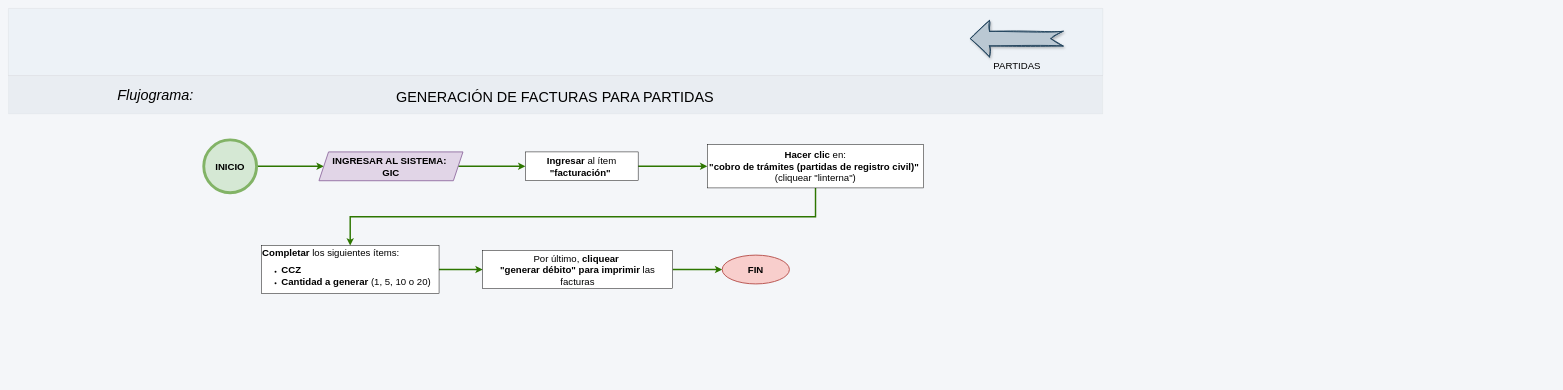
adlc20/Manual_de_procedimientos_ccz9 keeps this draw.io diagram as page "Facturas de partidas" (2 of 2) of Partidas/partidas.drawio. Above is the earlier version. Source tidied: cells renumbered, new cells numbered last; positions are measured from the earlier drawing's top-left corner, leaving out a move shared by most shapes. Both pictures are drawn from the tidied source at 48%, with x=0, y=0 at pixel (8, 8).
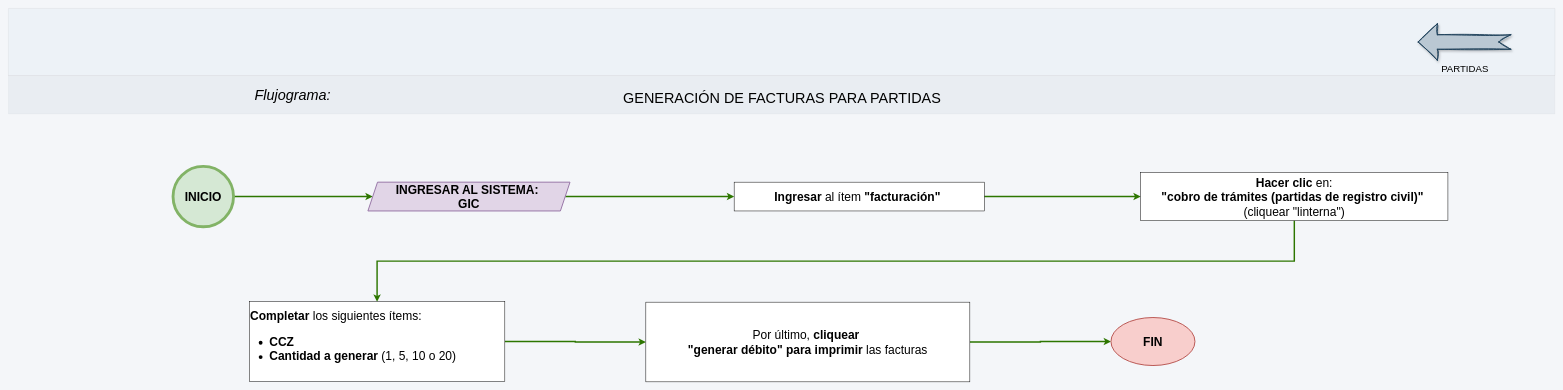
The same page after the edit.

The edit, as a diff of the source:
```diff
@@
 <mxGraphModel background="light-dark(#F4F6F9,#121212)">
   <root>
     <mxCell id="0" />
     <mxCell id="1" parent="0" />
     <mxCell id="2" style="verticalLabelPosition=bottom;verticalAlign=middle;html=1;shape=mxgraph.basic.patternFillRect;step=5;fillStrokeWidth=0.2;fillStrokeColor=#dddddd;fillColor=#EDF2F7;strokeWidth=0;dashed=1;dashPattern=1 4;rounded=1;align=center;fontFamily=Helvetica;fontSize=12;fontColor=#2D3748;" parent="1" vertex="1">
-      <mxGeometry width="2280" height="140" as="geometry" />
+      <mxGeometry width="3222" height="140" as="geometry" />
     </mxCell>
     <mxCell id="3" style="verticalLabelPosition=bottom;verticalAlign=top;html=1;shape=mxgraph.basic.patternFillRect;fillStyle=auto;step=5;fillStrokeWidth=0.2;fillStrokeColor=#dddddd;fillColor=#E0E5EB;strokeWidth=0;opacity=50;fontColor=#ffffff;shadow=0;comic=0;align=center;fontFamily=Helvetica;fontSize=12;gradientColor=none;" parent="1" vertex="1">
-      <mxGeometry y="140" width="2280" height="80" as="geometry" />
+      <mxGeometry y="140" width="3222" height="80" as="geometry" />
     </mxCell>
     <mxCell id="4" value="&lt;font style=&quot;font-size: 30px;&quot;&gt;&lt;i&gt;Flujograma:&amp;nbsp;&lt;/i&gt;&lt;/font&gt;" style="text;html=1;whiteSpace=wrap;strokeColor=none;fillColor=none;align=center;verticalAlign=middle;rounded=0;" parent="1" vertex="1">
-      <mxGeometry x="158" y="158" width="305" height="44" as="geometry" />
+      <mxGeometry x="444" y="158" width="305" height="44" as="geometry" />
     </mxCell>
-    <mxCell id="5" style="edgeStyle=orthogonalEdgeStyle;rounded=0;jettySize=auto;html=1;exitX=1;exitY=0.5;exitDx=0;exitDy=0;entryX=0;entryY=0.5;entryDx=0;entryDy=0;fillColor=#60a917;strokeColor=#2D7600;strokeWidth=3;" parent="1" edge="1" source="17" target="16">
+    <mxCell id="5" style="edgeStyle=orthogonalEdgeStyle;rounded=0;jettySize=auto;html=1;exitX=1;exitY=0.5;exitDx=0;exitDy=0;entryX=0;entryY=0.5;entryDx=0;entryDy=0;fillColor=#60a917;strokeColor=#2D7600;strokeWidth=3;fontSize=25;" parent="1" edge="1" source="17" target="16">
       <mxGeometry relative="1" as="geometry" />
     </mxCell>
-    <mxCell id="6" style="edgeStyle=orthogonalEdgeStyle;rounded=0;jettySize=auto;html=1;exitX=1;exitY=0.5;exitDx=0;exitDy=0;fillColor=#60a917;strokeColor=#2D7600;strokeWidth=3;" parent="1" edge="1" source="7" target="9">
+    <mxCell id="6" style="edgeStyle=orthogonalEdgeStyle;rounded=0;jettySize=auto;html=1;exitX=1;exitY=0.5;exitDx=0;exitDy=0;fillColor=#60a917;strokeColor=#2D7600;strokeWidth=3;fontSize=25;" parent="1" edge="1" source="7" target="9">
       <mxGeometry relative="1" as="geometry" />
     </mxCell>
-    <mxCell id="7" value="&lt;font style=&quot;font-size: 20px;&quot;&gt;&lt;b&gt;Ingresar&lt;/b&gt; al ítem &lt;b&gt;&quot;facturación&quot;&amp;nbsp;&lt;/b&gt;&lt;/font&gt;" style="rounded=0;whiteSpace=wrap;html=1;" parent="1" vertex="1">
-      <mxGeometry x="1077" y="299" width="235" height="60" as="geometry" />
+    <mxCell id="7" value="&lt;font&gt;&lt;b&gt;Ingresar&lt;/b&gt; al ítem &lt;b&gt;&quot;facturación&quot;&amp;nbsp;&lt;/b&gt;&lt;/font&gt;" style="rounded=0;whiteSpace=wrap;html=1;fontSize=25;" parent="1" vertex="1">
+      <mxGeometry x="1512" y="362" width="521" height="60" as="geometry" />
     </mxCell>
-    <mxCell id="8" style="edgeStyle=orthogonalEdgeStyle;rounded=0;jettySize=auto;html=1;strokeWidth=3;fillColor=#60a917;strokeColor=#2D7600;exitX=0.5;exitY=1;exitDx=0;exitDy=0;" parent="1" edge="1" source="9" target="11">
+    <mxCell id="8" style="edgeStyle=orthogonalEdgeStyle;rounded=0;jettySize=auto;html=1;strokeWidth=3;fillColor=#60a917;strokeColor=#2D7600;exitX=0.5;exitY=1;exitDx=0;exitDy=0;fontSize=25;" parent="1" edge="1" source="9" target="11">
       <mxGeometry relative="1" as="geometry" />
     </mxCell>
-    <mxCell id="9" value="&lt;div&gt;&lt;span style=&quot;font-size: 20px;&quot;&gt;&lt;b&gt;Hacer clic&lt;/b&gt; en:&lt;/span&gt;&lt;/div&gt;&lt;div&gt;&lt;font style=&quot;font-size: 20px;&quot;&gt;&lt;b&gt;&quot;cobro de trámites (partidas de registro civil)&quot;&amp;nbsp;&lt;/b&gt;&lt;/font&gt;&lt;/div&gt;&lt;div&gt;&lt;font style=&quot;font-size: 20px;&quot;&gt;(cliquear &quot;linterna&quot;)&lt;/font&gt;&lt;/div&gt;" style="rounded=0;whiteSpace=wrap;html=1;" parent="1" vertex="1">
-      <mxGeometry x="1456" y="284" width="451" height="90" as="geometry" />
+    <mxCell id="9" value="&lt;div&gt;&lt;span&gt;&lt;b&gt;Hacer clic&lt;/b&gt; en:&lt;/span&gt;&lt;/div&gt;&lt;div&gt;&lt;font&gt;&lt;b&gt;&quot;cobro de trámites (partidas de registro civil)&quot;&amp;nbsp;&lt;/b&gt;&lt;/font&gt;&lt;/div&gt;&lt;div&gt;&lt;font&gt;(cliquear &quot;linterna&quot;)&lt;/font&gt;&lt;/div&gt;" style="rounded=0;whiteSpace=wrap;html=1;fontSize=25;" parent="1" vertex="1">
+      <mxGeometry x="2359" y="342" width="640" height="100" as="geometry" />
     </mxCell>
-    <mxCell id="10" style="edgeStyle=orthogonalEdgeStyle;rounded=0;jettySize=auto;html=1;strokeWidth=3;fillColor=#60a917;strokeColor=#2D7600;entryX=0;entryY=0.5;entryDx=0;entryDy=0;" parent="1" edge="1" source="11" target="13">
+    <mxCell id="10" style="edgeStyle=orthogonalEdgeStyle;rounded=0;jettySize=auto;html=1;strokeWidth=3;fillColor=#60a917;strokeColor=#2D7600;entryX=0;entryY=0.5;entryDx=0;entryDy=0;fontSize=25;" parent="1" edge="1" source="11" target="13">
       <mxGeometry relative="1" as="geometry" />
     </mxCell>
-    <mxCell id="11" value="&lt;font style=&quot;font-size: 20px;&quot;&gt;&lt;b&gt;Completar&lt;/b&gt; los siguientes ítems:&lt;/font&gt;&lt;div&gt;&lt;ul&gt;&lt;li&gt;&lt;font style=&quot;font-size: 20px;&quot;&gt;&lt;b&gt;CCZ&lt;/b&gt;&lt;/font&gt;&lt;/li&gt;&lt;li&gt;&lt;font style=&quot;font-size: 20px;&quot;&gt;&lt;font style=&quot;&quot;&gt;&lt;b&gt;Cantidad a generar&lt;/b&gt; (&lt;/font&gt;&lt;span style=&quot;background-color: transparent; color: light-dark(rgb(0, 0, 0), rgb(255, 255, 255));&quot;&gt;1, 5, 10 o 20&lt;/span&gt;&lt;span style=&quot;background-color: transparent; color: light-dark(rgb(0, 0, 0), rgb(255, 255, 255));&quot;&gt;)&lt;/span&gt;&lt;/font&gt;&lt;/li&gt;&lt;/ul&gt;&lt;/div&gt;" style="rounded=0;whiteSpace=wrap;html=1;align=left;" parent="1" vertex="1">
-      <mxGeometry x="527" y="494" width="370.2" height="100" as="geometry" />
+    <mxCell id="11" value="&lt;font&gt;&lt;b&gt;Completar&lt;/b&gt; los siguientes ítems:&lt;/font&gt;&lt;div&gt;&lt;ul&gt;&lt;li&gt;&lt;font&gt;&lt;b&gt;CCZ&lt;/b&gt;&lt;/font&gt;&lt;/li&gt;&lt;li&gt;&lt;font&gt;&lt;font&gt;&lt;b&gt;Cantidad a generar&lt;/b&gt; (&lt;/font&gt;&lt;span style=&quot;background-color: transparent; color: light-dark(rgb(0, 0, 0), rgb(255, 255, 255));&quot;&gt;1, 5, 10 o 20&lt;/span&gt;&lt;span style=&quot;background-color: transparent; color: light-dark(rgb(0, 0, 0), rgb(255, 255, 255));&quot;&gt;)&lt;/span&gt;&lt;/font&gt;&lt;/li&gt;&lt;/ul&gt;&lt;/div&gt;" style="rounded=0;whiteSpace=wrap;html=1;align=left;fontSize=25;" parent="1" vertex="1">
+      <mxGeometry x="502" y="611" width="532.2" height="166" as="geometry" />
     </mxCell>
-    <mxCell id="12" style="edgeStyle=orthogonalEdgeStyle;rounded=0;jettySize=auto;html=1;exitX=1;exitY=0.5;exitDx=0;exitDy=0;entryX=0;entryY=0.5;entryDx=0;entryDy=0;strokeWidth=3;fillColor=#60a917;strokeColor=#2D7600;" parent="1" edge="1" source="13" target="14">
+    <mxCell id="12" style="edgeStyle=orthogonalEdgeStyle;rounded=0;jettySize=auto;html=1;exitX=1;exitY=0.5;exitDx=0;exitDy=0;entryX=0;entryY=0.5;entryDx=0;entryDy=0;strokeWidth=3;fillColor=#60a917;strokeColor=#2D7600;fontSize=25;" parent="1" edge="1" source="13" target="14">
       <mxGeometry relative="1" as="geometry" />
     </mxCell>
-    <mxCell id="13" value="&lt;font style=&quot;font-size: 20px;&quot;&gt;Por último,&lt;b&gt; cliquear&amp;nbsp;&lt;/b&gt;&lt;/font&gt;&lt;div&gt;&lt;font style=&quot;font-size: 20px;&quot;&gt;&lt;b&gt;&quot;generar débito&quot;&lt;/b&gt; &lt;b&gt;para imprimir&lt;/b&gt; las facturas&lt;/font&gt;&lt;/div&gt;" style="rounded=0;whiteSpace=wrap;html=1;" parent="1" vertex="1">
-      <mxGeometry x="988" y="504" width="395.8" height="80" as="geometry" />
+    <mxCell id="13" value="&lt;font&gt;Por último,&lt;b&gt; cliquear&amp;nbsp;&lt;/b&gt;&lt;/font&gt;&lt;div&gt;&lt;font&gt;&lt;b&gt;&quot;generar débito&quot;&lt;/b&gt; &lt;b&gt;para imprimir&lt;/b&gt; las facturas&lt;/font&gt;&lt;/div&gt;" style="rounded=0;whiteSpace=wrap;html=1;fontSize=25;" parent="1" vertex="1">
+      <mxGeometry x="1328" y="612" width="675" height="166" as="geometry" />
     </mxCell>
-    <mxCell id="14" value="&lt;font style=&quot;font-size: 20px;&quot;&gt;&lt;b&gt;FIN&lt;/b&gt;&lt;/font&gt;" style="ellipse;whiteSpace=wrap;html=1;fillColor=#f8cecc;strokeColor=#b85450;strokeWidth=2;" parent="1" vertex="1">
-      <mxGeometry x="1487.1" y="514" width="140" height="60" as="geometry" />
+    <mxCell id="14" value="&lt;font&gt;&lt;b&gt;FIN&lt;/b&gt;&lt;/font&gt;" style="ellipse;whiteSpace=wrap;html=1;fillColor=#f8cecc;strokeColor=#b85450;strokeWidth=2;fontSize=25;" parent="1" vertex="1">
+      <mxGeometry x="2297" y="644" width="175" height="100" as="geometry" />
     </mxCell>
-    <mxCell id="15" style="edgeStyle=orthogonalEdgeStyle;rounded=0;jettySize=auto;html=1;exitX=1;exitY=0.5;exitDx=0;exitDy=0;entryX=0;entryY=0.5;entryDx=0;entryDy=0;fillColor=#60a917;strokeColor=#2D7600;strokeWidth=3;" parent="1" edge="1" source="16" target="7">
+    <mxCell id="15" style="edgeStyle=orthogonalEdgeStyle;rounded=0;jettySize=auto;html=1;exitX=1;exitY=0.5;exitDx=0;exitDy=0;entryX=0;entryY=0.5;entryDx=0;entryDy=0;fillColor=#60a917;strokeColor=#2D7600;strokeWidth=3;fontSize=25;" parent="1" edge="1" source="16" target="7">
       <mxGeometry relative="1" as="geometry" />
     </mxCell>
-    <mxCell id="16" value="&lt;font style=&quot;font-size: 20px;&quot;&gt;&lt;b&gt;INGRESAR AL SISTEMA:&amp;nbsp;&lt;/b&gt;&lt;/font&gt;&lt;div&gt;&lt;font style=&quot;font-size: 20px;&quot;&gt;&lt;b&gt;GIC&lt;/b&gt;&lt;/font&gt;&lt;/div&gt;" style="shape=parallelogram;perimeter=parallelogramPerimeter;whiteSpace=wrap;html=1;fixedSize=1;fillColor=#e1d5e7;strokeColor=#9673a6;strokeWidth=2;" parent="1" vertex="1">
-      <mxGeometry x="647" y="299" width="300" height="60" as="geometry" />
+    <mxCell id="16" value="&lt;font&gt;&lt;b&gt;INGRESAR AL SISTEMA:&amp;nbsp;&lt;/b&gt;&lt;/font&gt;&lt;div&gt;&lt;font&gt;&lt;b&gt;GIC&lt;/b&gt;&lt;/font&gt;&lt;/div&gt;" style="shape=parallelogram;perimeter=parallelogramPerimeter;whiteSpace=wrap;html=1;fixedSize=1;fillColor=#e1d5e7;strokeColor=#9673a6;strokeWidth=2;fontSize=25;" parent="1" vertex="1">
+      <mxGeometry x="749" y="362" width="421" height="60" as="geometry" />
     </mxCell>
-    <mxCell id="17" value="&lt;font style=&quot;font-size: 20px;&quot;&gt;&lt;b&gt;INICIO&lt;/b&gt;&lt;/font&gt;" style="ellipse;whiteSpace=wrap;html=1;fillColor=#D5E8D4;strokeColor=#82b366;strokeWidth=6;gradientColor=none;" parent="1" vertex="1">
-      <mxGeometry x="407" y="274" width="110" height="110" as="geometry" />
+    <mxCell id="17" value="&lt;font&gt;&lt;b&gt;INICIO&lt;/b&gt;&lt;/font&gt;" style="ellipse;whiteSpace=wrap;html=1;fillColor=#D5E8D4;strokeColor=#82b366;strokeWidth=6;gradientColor=none;fontSize=25;" parent="1" vertex="1">
+      <mxGeometry x="343" y="329" width="126" height="126" as="geometry" />
     </mxCell>
     <mxCell id="18" value="&lt;font style=&quot;font-size: 30px;&quot;&gt;GENERACIÓN DE FACTURAS PARA PARTIDAS&lt;/font&gt;" style="text;html=1;whiteSpace=wrap;strokeColor=none;fillColor=none;align=center;verticalAlign=middle;rounded=0;" parent="1" vertex="1">
-      <mxGeometry x="764" y="169" width="750" height="30" as="geometry" />
+      <mxGeometry x="1237" y="172" width="750" height="30" as="geometry" />
     </mxCell>
     <mxCell id="19" value="&lt;font style=&quot;font-size: 20px;&quot;&gt;PARTIDAS&lt;/font&gt;" style="verticalLabelPosition=bottom;verticalAlign=top;html=1;strokeWidth=2;shape=mxgraph.arrows2.arrow;dy=0.6;dx=40;notch=25;sketch=1;curveFitting=1;jiggle=2;shadow=1;flipH=1;legacyAnchorPoints=0;fillColor=#bac8d3;strokeColor=#23445d;direction=east;gradientColor=#BAC8D3;" parent="1" vertex="1">
-      <mxGeometry x="2004" y="25" width="193" height="76" as="geometry" />
+      <mxGeometry x="2937" y="32" width="193" height="76" as="geometry" />
     </mxCell>
   </root>
 </mxGraphModel>
```
